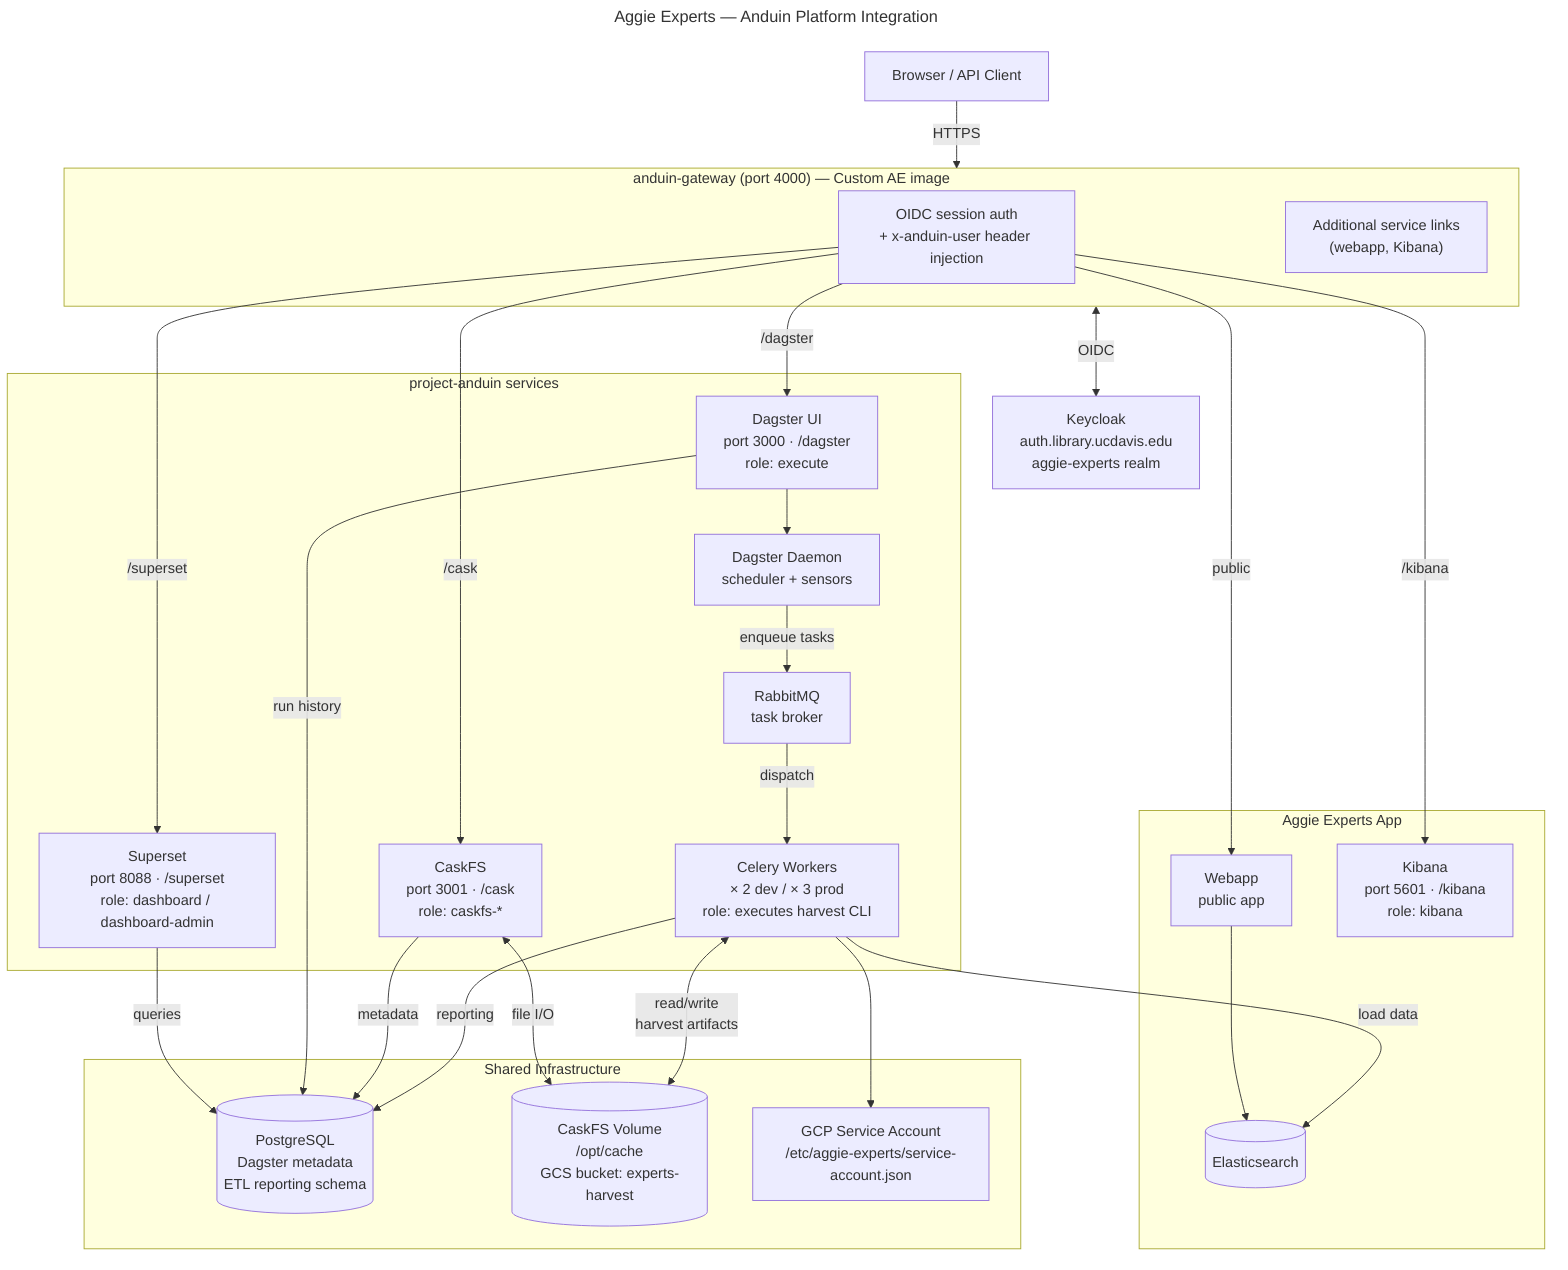
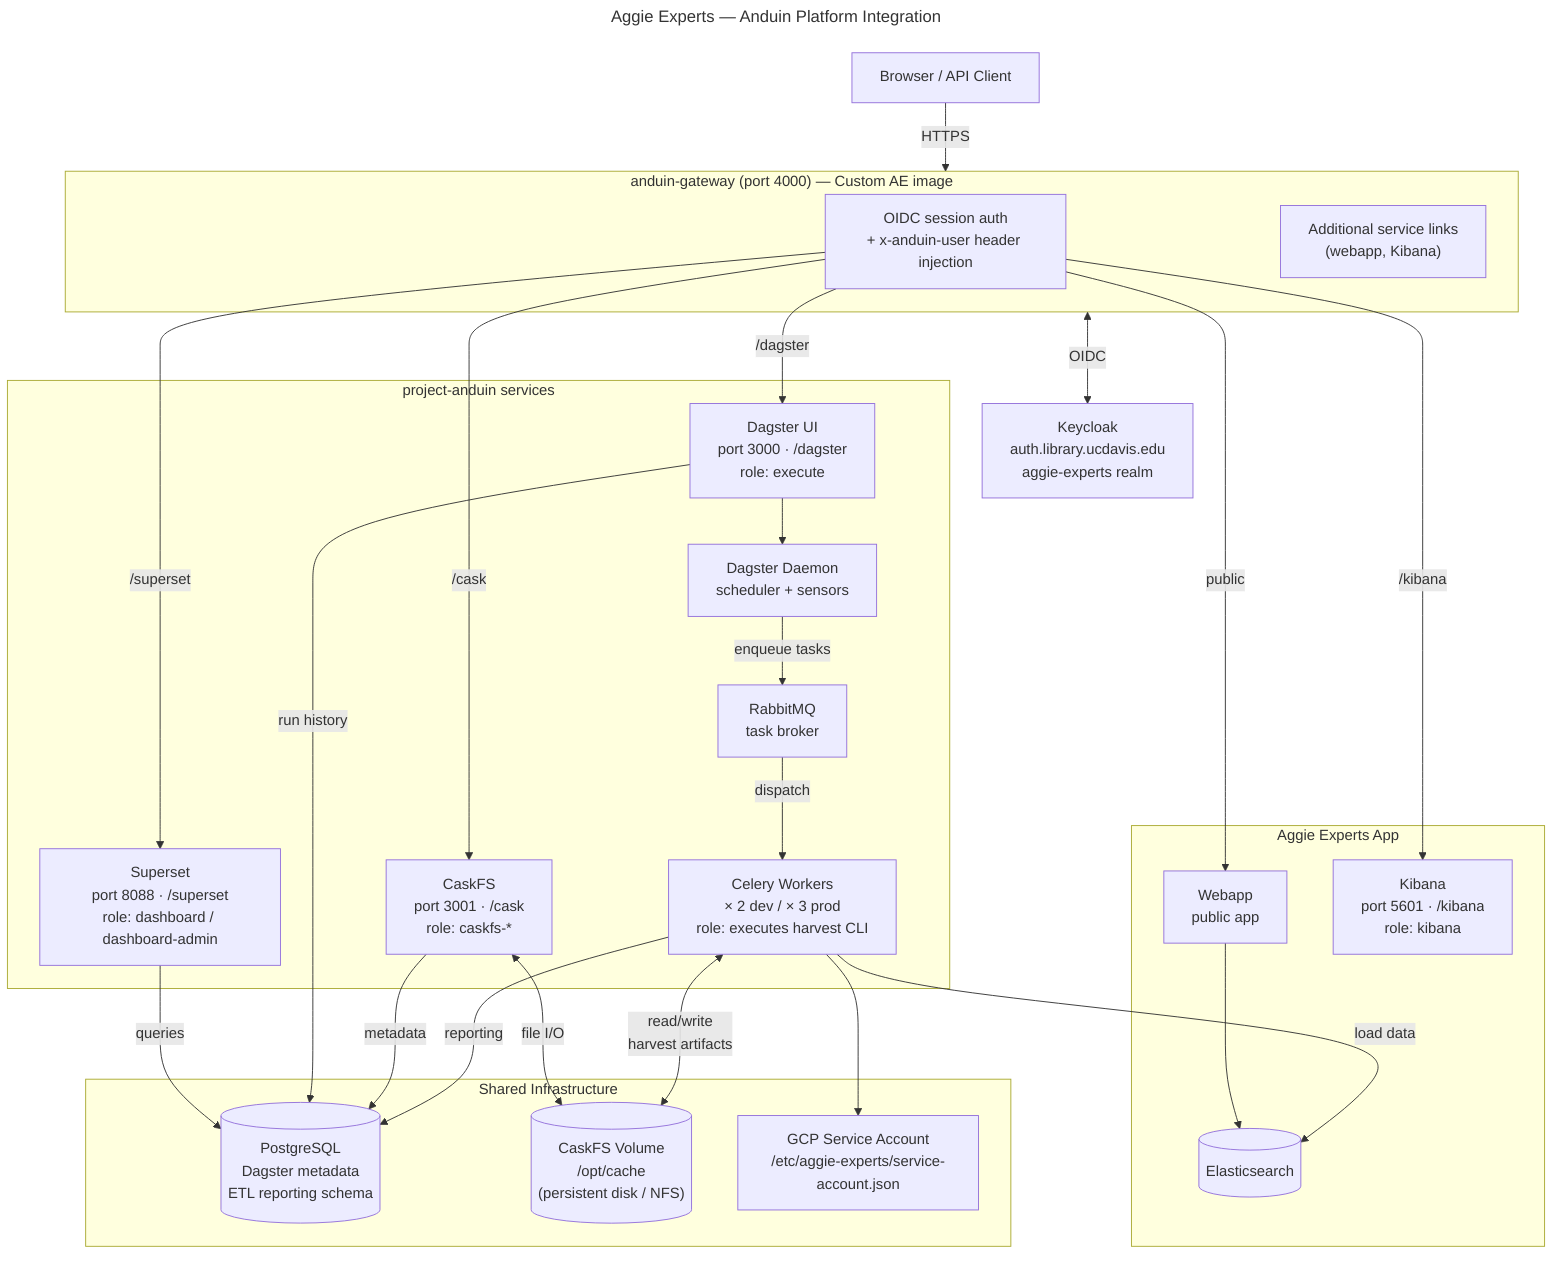
---
title: Aggie Experts — Anduin Platform Integration
---
flowchart TD
    Browser["Browser / API Client"]
    KC["Keycloak\nauth.library.ucdavis.edu\naggie-experts realm"]

    subgraph GW ["anduin-gateway (port 4000) — Custom AE image"]
        AUTH["OIDC session auth\n+ x-anduin-user header injection"]
        LINKS["Additional service links\n(webapp, Kibana)"]
    end

    subgraph Anduin ["project-anduin services"]
        DAG_UI["Dagster UI\nport 3000 · /dagster\nrole: execute"]
        DAG_D["Dagster Daemon\nscheduler + sensors"]
        CELERY["Celery Workers\n× 2 dev / × 3 prod\nrole: executes harvest CLI"]
        MQ["RabbitMQ\ntask broker"]
        CASK_UI["CaskFS\nport 3001 · /cask\nrole: caskfs-*"]
        SUP["Superset\nport 8088 · /superset\nrole: dashboard / dashboard-admin"]
    end

    subgraph Shared ["Shared Infrastructure"]
        PG[("PostgreSQL\nDagster metadata\nETL reporting schema")]
-         VOL[("CaskFS Volume\n/opt/cache\nGCS bucket: experts-harvest")]
+         VOL[("CaskFS Volume\n/opt/cache\n(persistent disk / NFS)")]
        SA["GCP Service Account\n/etc/aggie-experts/service-account.json"]
    end

    subgraph AEApp ["Aggie Experts App"]
        WEBAPP["Webapp\npublic app"]
        KB["Kibana\nport 5601 · /kibana\nrole: kibana"]
        ES[("Elasticsearch")]
    end

    Browser -->|"HTTPS"| GW
    GW <-->|"OIDC"| KC
    AUTH -->|"/dagster"| DAG_UI
    AUTH -->|"/cask"| CASK_UI
    AUTH -->|"/superset"| SUP
    AUTH -->|"/kibana"| KB
    AUTH -->|"public"| WEBAPP

    DAG_UI --> DAG_D
    DAG_D -->|"enqueue tasks"| MQ
    MQ -->|"dispatch"| CELERY
    CELERY <-->|"read/write\nharvest artifacts"| VOL
    CELERY -->|"load data"| ES
    CELERY -->|"reporting"| PG
    CELERY --> SA
    CASK_UI <-->|"file I/O"| VOL
    CASK_UI -->|"metadata"| PG
    DAG_UI -->|"run history"| PG
    SUP -->|"queries"| PG
    WEBAPP --> ES
